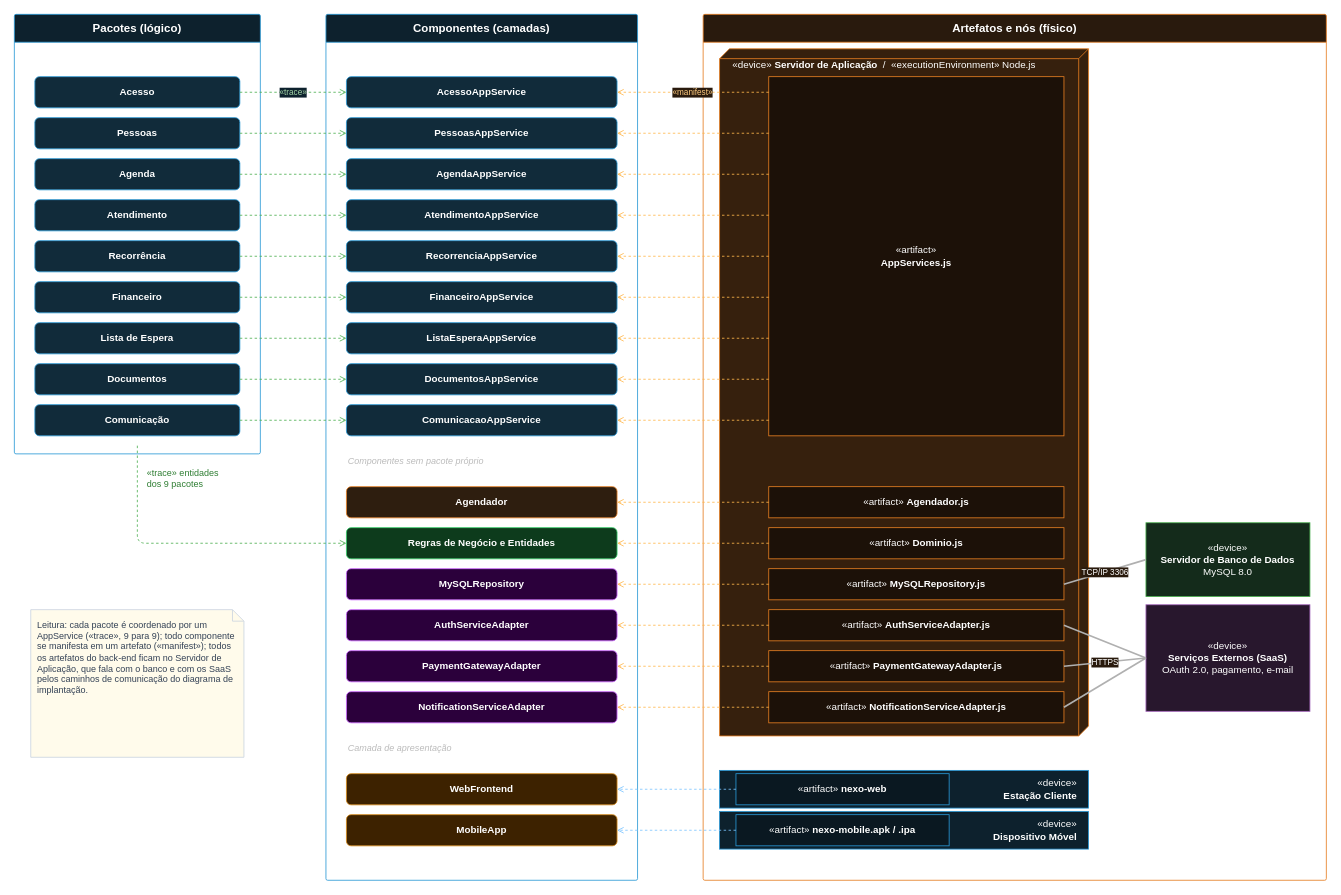
Above: page "Mapeamento e coerência" (5 of 5) of diagramas/arquitetura/diagramas-arquitetura.drawio in devcaline/nexo-modelagem (draw.io), before the change. Source tidied: cells renumbered, new cells numbered last; positions are measured from the earlier drawing's top-left corner, leaving out a move shared by most shapes. Both pictures are drawn from the tidied source at 82%, with x=0, y=0 at pixel (14, 14).
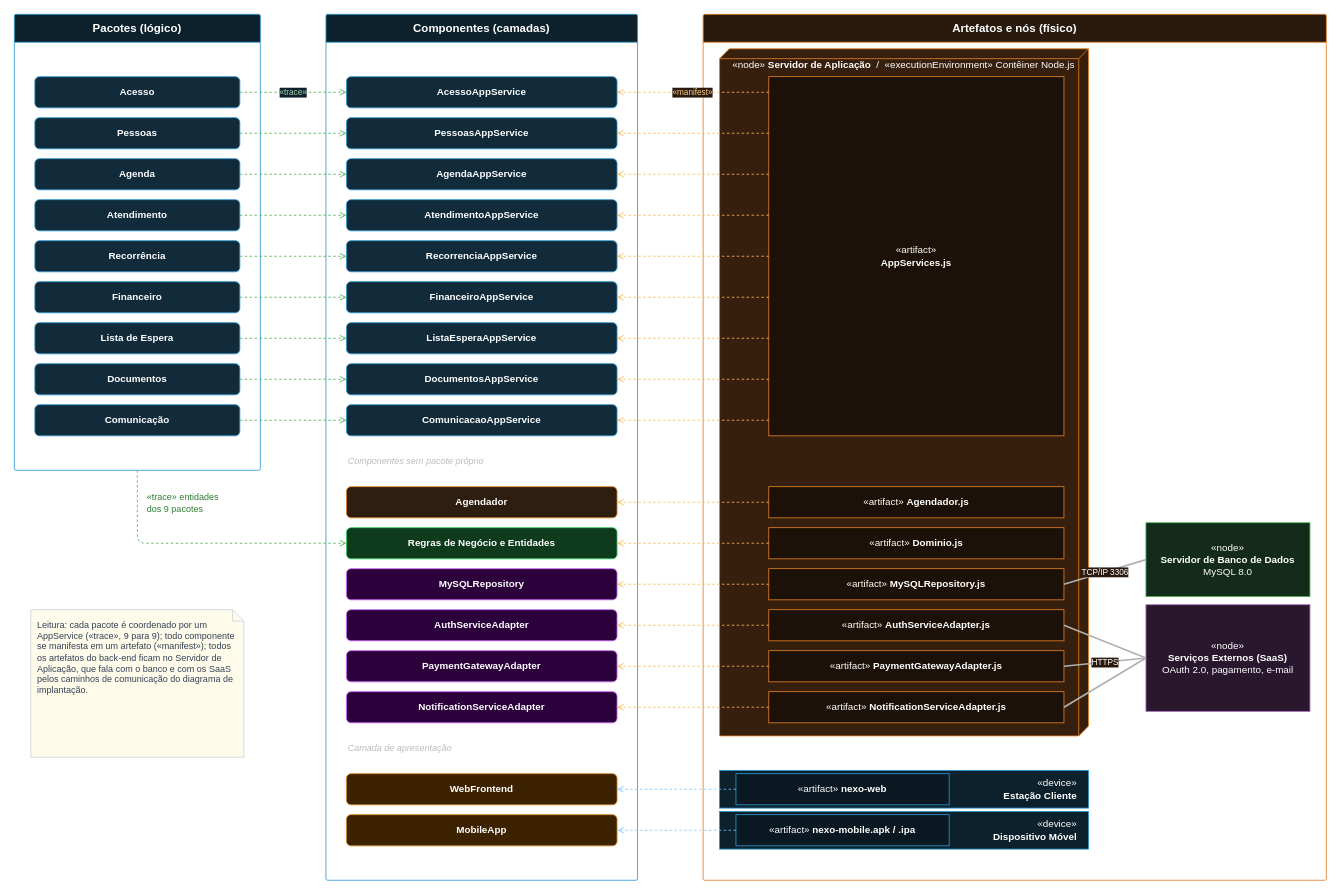
Above is the later version.

The change refers to these unchanged cells:
```xml
<mxCell id="34" value="&lt;b&gt;Regras de Negócio e Entidades&lt;/b&gt;" style="rounded=1;whiteSpace=wrap;html=1;fontColor=#ffffff;fontSize=12;fillColor=#0d3b1c;strokeColor=#33cc66;" parent="1" vertex="1">
  <mxGeometry x="405" y="626" width="330" height="38" as="geometry" />
</mxCell>
```

The edit, as a diff of the source:
```diff
@@
     <mxCell id="2" value="Pacotes (lógico)" style="swimlane;startSize=34;html=1;whiteSpace=wrap;fontColor=#ffffff;fontSize=14;fontStyle=1;rounded=1;arcSize=2;fillColor=#0d212d;strokeColor=#2998d6;" parent="1" vertex="1">
-      <mxGeometry width="300" height="536" as="geometry" />
+      <mxGeometry width="300" height="556" as="geometry" />
     </mxCell>
@@
-    <mxCell id="42" style="edgeStyle=orthogonalEdgeStyle;html=1;dashed=1;endArrow=open;strokeColor=#4caf50;fontColor=#a5d6a7;fontSize=10;labelBackgroundColor=#ffffff;" parent="1" edge="1" target="34">
+    <mxCell id="42" style="edgeStyle=orthogonalEdgeStyle;html=1;dashed=1;endArrow=open;strokeColor=#4caf50;fontColor=#a5d6a7;fontSize=10;labelBackgroundColor=#ffffff;exitX=0.5;exitY=1;exitDx=0;exitDy=0;entryX=0;entryY=0.5;entryDx=0;entryDy=0;" parent="1" edge="1" source="2" target="34">
       <mxGeometry relative="1" as="geometry">
-        <mxPoint x="150" y="526" as="sourcePoint" />
         <Array as="points">
           <mxPoint x="150" y="645" />
         </Array>
       </mxGeometry>
     </mxCell>
     <mxCell id="43" value="&amp;laquo;trace&amp;raquo; entidades&lt;br/&gt;dos 9 pacotes" style="text;html=1;strokeColor=none;fillColor=none;whiteSpace=wrap;align=left;verticalAlign=middle;fontColor=#2e7d32;fontSize=11;" parent="1" vertex="1">
-      <mxGeometry x="160" y="546" width="140" height="40" as="geometry" />
+      <mxGeometry x="160" y="576" width="140" height="40" as="geometry" />
     </mxCell>
-    <mxCell id="44" value="&amp;laquo;device&amp;raquo; &lt;b&gt;Servidor de Aplicação&lt;/b&gt; &amp;nbsp;/&amp;nbsp; &amp;laquo;executionEnvironment&amp;raquo; Node.js" style="shape=cube;size=12;direction=south;html=1;whiteSpace=wrap;verticalAlign=top;align=left;spacingLeft=14;spacingTop=6;fontColor=#ffffff;fontSize=12;fillColor=#36200d;strokeColor=#e67e22;" parent="1" vertex="1">
+    <mxCell id="44" value="&amp;laquo;node&amp;raquo; &lt;b&gt;Servidor de Aplicação&lt;/b&gt; &amp;nbsp;/&amp;nbsp; &amp;laquo;executionEnvironment&amp;raquo; Contêiner Node.js" style="shape=cube;size=12;direction=south;html=1;whiteSpace=wrap;verticalAlign=top;align=left;spacingLeft=14;spacingTop=6;fontColor=#ffffff;fontSize=12;fillColor=#36200d;strokeColor=#e67e22;" parent="1" vertex="1">
       <mxGeometry x="860" y="42" width="450" height="838" as="geometry" />
     </mxCell>
@@
-    <mxCell id="73" value="&amp;laquo;device&amp;raquo;&lt;br/&gt;&lt;b&gt;Servidor de Banco de Dados&lt;/b&gt;&lt;br/&gt;MySQL 8.0" style="rounded=0;whiteSpace=wrap;html=1;fontColor=#ffffff;fontSize=12;fillColor=#142b1b;strokeColor=#4caf50;" parent="1" vertex="1">
+    <mxCell id="73" value="&amp;laquo;node&amp;raquo;&lt;br/&gt;&lt;b&gt;Servidor de Banco de Dados&lt;/b&gt;&lt;br/&gt;MySQL 8.0" style="rounded=0;whiteSpace=wrap;html=1;fontColor=#ffffff;fontSize=12;fillColor=#142b1b;strokeColor=#4caf50;" parent="1" vertex="1">
       <mxGeometry x="1380" y="620" width="200" height="90" as="geometry" />
     </mxCell>
-    <mxCell id="74" value="&amp;laquo;device&amp;raquo;&lt;br/&gt;&lt;b&gt;Serviços Externos (SaaS)&lt;/b&gt;&lt;br/&gt;OAuth 2.0, pagamento, e-mail" style="rounded=0;whiteSpace=wrap;html=1;fontColor=#ffffff;fontSize=12;fillColor=#28172d;strokeColor=#a569bd;" parent="1" vertex="1">
+    <mxCell id="74" value="&amp;laquo;node&amp;raquo;&lt;br/&gt;&lt;b&gt;Serviços Externos (SaaS)&lt;/b&gt;&lt;br/&gt;OAuth 2.0, pagamento, e-mail" style="rounded=0;whiteSpace=wrap;html=1;fontColor=#ffffff;fontSize=12;fillColor=#28172d;strokeColor=#a569bd;" parent="1" vertex="1">
       <mxGeometry x="1380" y="720" width="200" height="130" as="geometry" />
     </mxCell>
```
